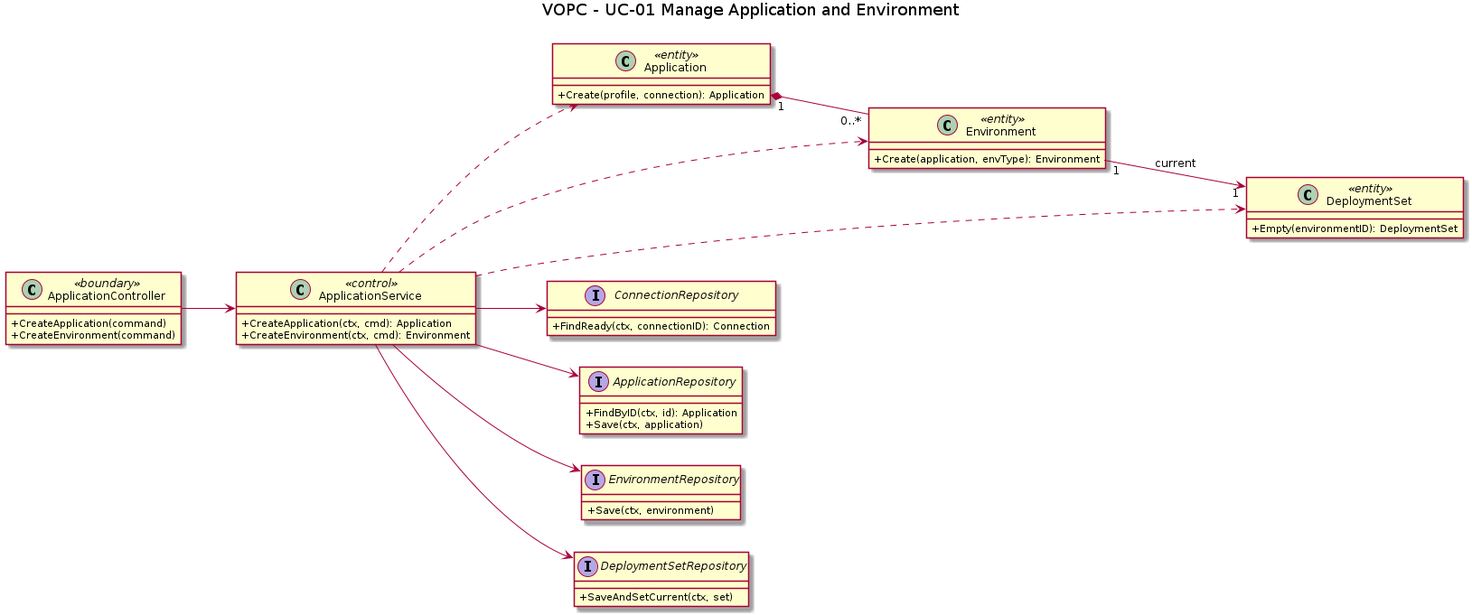
The PlantUML diagram orchestrator_docs/usecase/UC-01/vopc.png in pr3s3nt/poc, before a commit. Its source is kept beside it as orchestrator_docs/usecase/UC-01/vopc.puml.
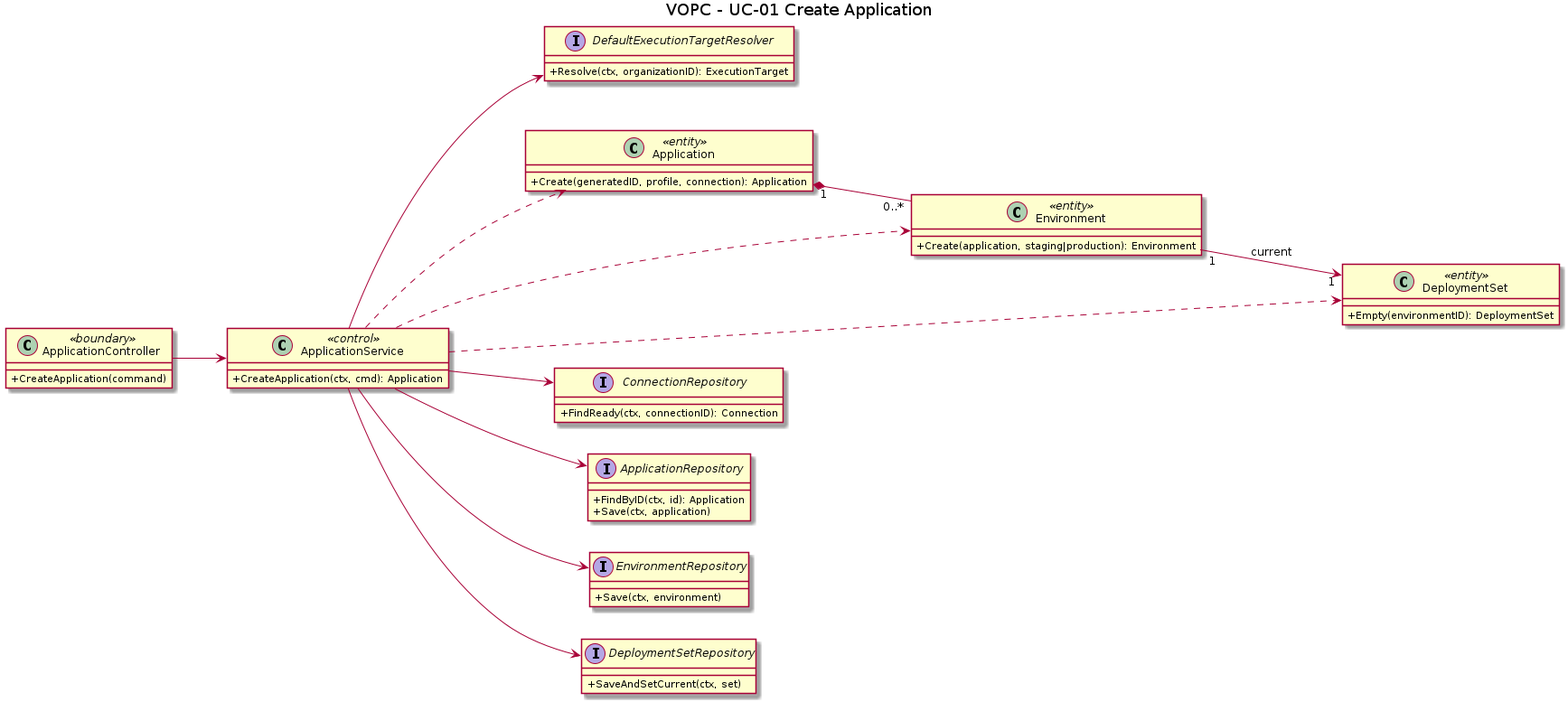
The same diagram one commit later.

Change to the diagram source:
```diff
@@ -1,20 +1,21 @@
 @startuml
-title VOPC - UC-01 Manage Application and Environment
+title VOPC - UC-01 Create Application
 left to right direction
 skinparam classAttributeIconSize 0
 class ApplicationController <<boundary>> {
   +CreateApplication(command)
-  +CreateEnvironment(command)
 }
 class ApplicationService <<control>> {
   +CreateApplication(ctx, cmd): Application
-  +CreateEnvironment(ctx, cmd): Environment
+}
+interface DefaultExecutionTargetResolver {
+  +Resolve(ctx, organizationID): ExecutionTarget
 }
 class Application <<entity>> {
-  +Create(profile, connection): Application
+  +Create(generatedID, profile, connection): Application
 }
 class Environment <<entity>> {
-  +Create(application, envType): Environment
+  +Create(application, staging|production): Environment
 }
 class DeploymentSet <<entity>> {
   +Empty(environmentID): DeploymentSet
@@ -33,6 +34,7 @@
   +SaveAndSetCurrent(ctx, set)
 }
 ApplicationController --> ApplicationService
+ApplicationService --> DefaultExecutionTargetResolver
 ApplicationService --> ConnectionRepository
 ApplicationService --> ApplicationRepository
 ApplicationService --> EnvironmentRepository
```
